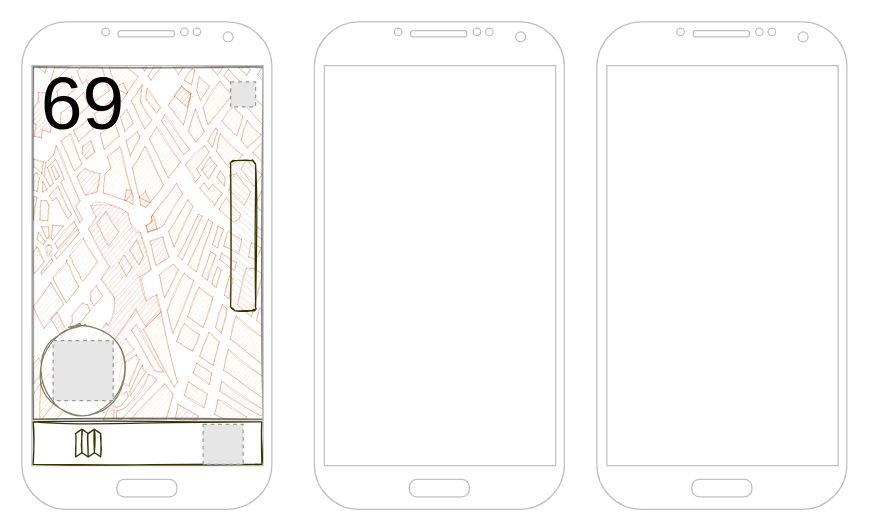
The draw.io diagram maket.drawio in Sergio-rsd/motohelp, before the edit. Source tidied: cells renumbered, new cells numbered last; positions are measured from the earlier drawing's top-left corner, leaving out a move shared by most shapes. Both pictures are drawn from the tidied source at 125%, with x=0, y=0 at pixel (21, 21). Pictures stored in the file or linked from it are replaced by grey dashed boxes.
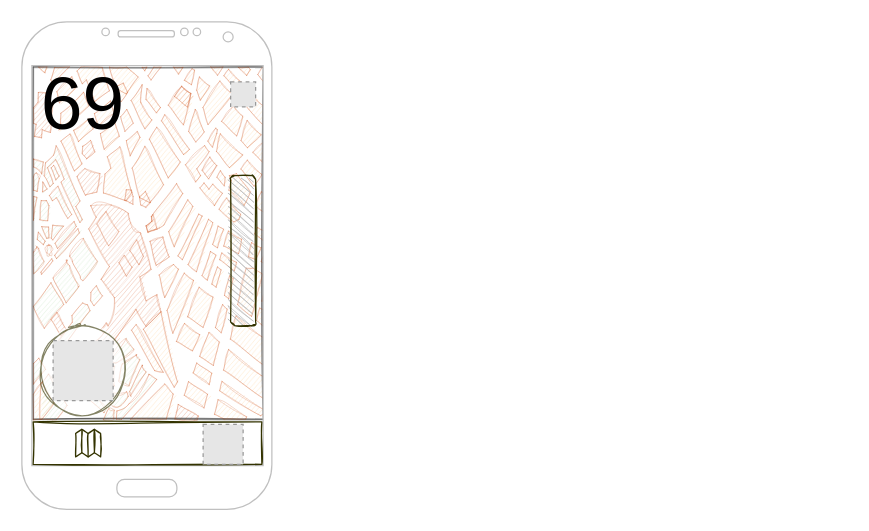
After the change.

Change to the diagram source:
```diff
@@
 <mxGraphModel>
   <root>
     <mxCell id="0" />
     <mxCell id="1" parent="0" />
     <mxCell id="2" style="verticalLabelPosition=bottom;shadow=0;dashed=0;align=center;html=1;verticalAlign=top;strokeWidth=1;shape=mxgraph.mockup.misc.map;glass=0;labelBackgroundColor=none;labelBorderColor=none;sketch=1;strokeColor=#333300;fontSize=60;fillColor=#E6E6E6;opacity=30;" parent="1" vertex="1">
       <mxGeometry x="9" y="36" width="185" height="283" as="geometry" />
     </mxCell>
     <mxCell id="3" style="verticalLabelPosition=bottom;verticalAlign=top;html=1;shadow=0;dashed=0;strokeWidth=1;shape=mxgraph.android.phone2;strokeColor=#c0c0c0;" parent="1" vertex="1">
       <mxGeometry width="200" height="390" as="geometry" />
     </mxCell>
-    <mxCell id="4" style="verticalLabelPosition=bottom;verticalAlign=top;html=1;shadow=0;dashed=0;strokeWidth=1;shape=mxgraph.android.phone2;strokeColor=#c0c0c0;" parent="1" vertex="1">
-      <mxGeometry x="234" width="200" height="390" as="geometry" />
-    </mxCell>
-    <mxCell id="5" style="verticalLabelPosition=bottom;verticalAlign=top;html=1;shadow=0;dashed=0;strokeWidth=1;shape=mxgraph.android.phone2;strokeColor=#c0c0c0;" parent="1" vertex="1">
-      <mxGeometry x="460" width="200" height="390" as="geometry" />
-    </mxCell>
     <mxCell id="6" style="rounded=0;whiteSpace=wrap;html=1;strokeWidth=1;strokeColor=#333300;shadow=0;fillColor=none;perimeterSpacing=0;sketch=1;" parent="1" vertex="1">
       <mxGeometry x="9" y="320" width="183" height="34" as="geometry" />
     </mxCell>
     <mxCell id="7" value="69" style="text;html=1;strokeColor=none;fillColor=none;align=center;verticalAlign=middle;whiteSpace=wrap;rounded=0;shadow=0;strokeWidth=1;sketch=0;fontSize=60;labelBackgroundColor=none;labelBorderColor=none;" parent="1" vertex="1">
       <mxGeometry x="19" y="50" width="60" height="30" as="geometry" />
     </mxCell>
     <mxCell id="8" style="html=1;verticalLabelPosition=bottom;align=center;labelBackgroundColor=#ffffff;verticalAlign=top;strokeWidth=1;strokeColor=#333300;shadow=0;dashed=0;shape=mxgraph.ios7.icons.map;fillColor=none;sketch=1;" parent="1" vertex="1">
       <mxGeometry x="43" y="326" width="20" height="22" as="geometry" />
     </mxCell>
     <mxCell id="9" style="fillColor=#E6E6E6;strokeColor=#999999;dashed=1;html=1;verticalAlign=top;verticalLabelPosition=bottom;labelBackgroundColor=#ffffff;" parent="1" vertex="1">
       <mxGeometry x="145" y="322" width="32" height="32" as="geometry" />
     </mxCell>
     <mxCell id="10" style="ellipse;whiteSpace=wrap;html=1;shadow=0;sketch=1;strokeColor=#333300;strokeWidth=1;fillColor=default;opacity=60;" parent="1" vertex="1">
       <mxGeometry x="14" y="244" width="70" height="70" as="geometry" />
     </mxCell>
     <mxCell id="11" style="fillColor=#E6E6E6;strokeColor=#999999;dashed=1;html=1;verticalAlign=top;verticalLabelPosition=bottom;labelBackgroundColor=#ffffff;fontSize=60;" parent="1" vertex="1">
       <mxGeometry x="167" y="48" width="20" height="20" as="geometry" />
     </mxCell>
     <mxCell id="12" style="fillColor=#E6E6E6;strokeColor=#999999;dashed=1;html=1;verticalAlign=top;verticalLabelPosition=bottom;labelBackgroundColor=#ffffff;fontSize=60;" parent="1" vertex="1">
       <mxGeometry x="25" y="255" width="48" height="48" as="geometry" />
     </mxCell>
-    <mxCell id="13" style="rounded=1;whiteSpace=wrap;html=1;shadow=0;labelBackgroundColor=none;labelBorderColor=none;sketch=1;strokeColor=#333300;strokeWidth=1;fontSize=60;fillColor=#E6E6E6;rotation=90;glass=0;" parent="1" vertex="1">
-      <mxGeometry x="117" y="161" width="120" height="20" as="geometry" />
+    <mxCell id="13" style="rounded=1;whiteSpace=wrap;html=1;shadow=0;labelBackgroundColor=none;labelBorderColor=none;sketch=1;strokeColor=#333300;strokeWidth=1;fontSize=60;fillColor=#B3B3B3;rotation=90;glass=0;" parent="1" vertex="1">
+      <mxGeometry x="117" y="173" width="120" height="20" as="geometry" />
     </mxCell>
   </root>
 </mxGraphModel>
```
